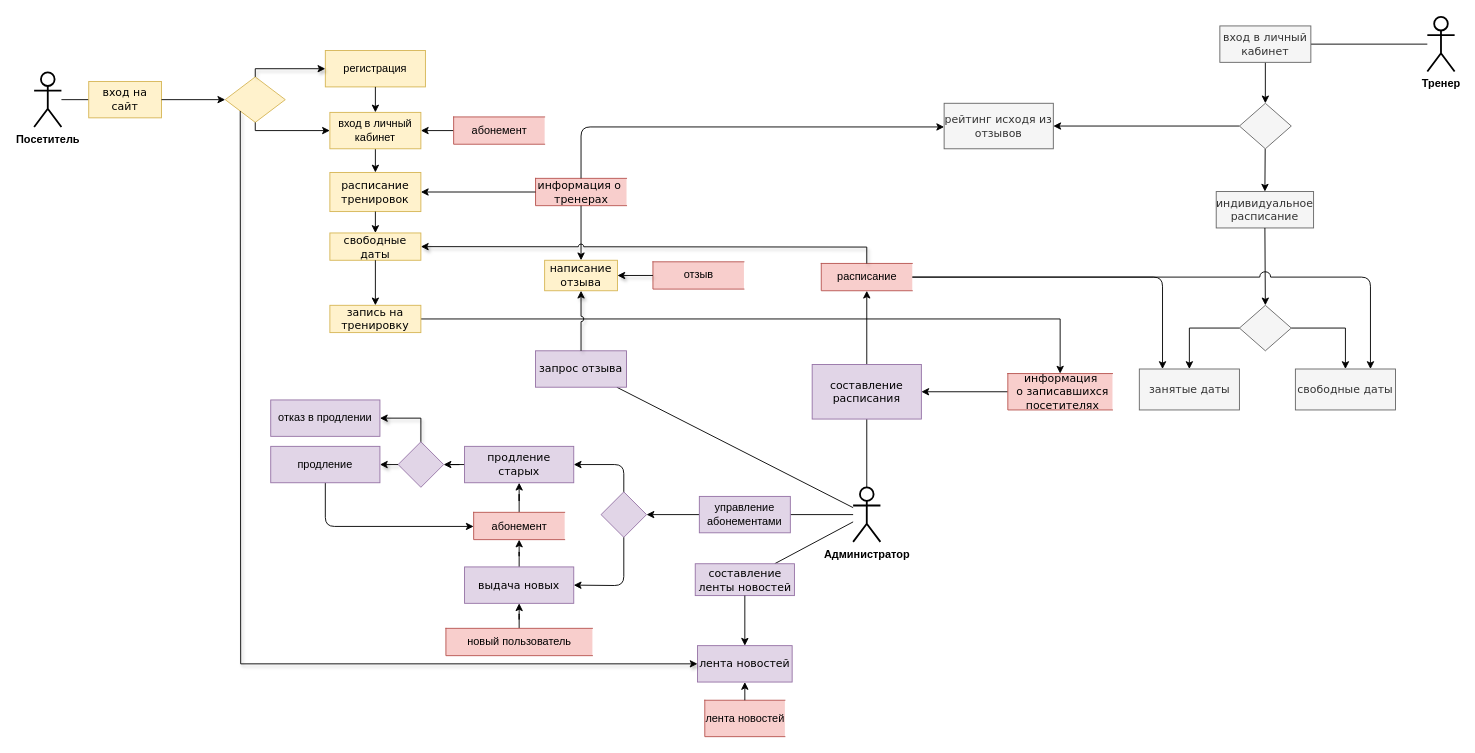
Earlier version of the draw.io diagram диаграмма действий.drawio (yuliapyrikova/-). Source tidied: cells renumbered, new cells numbered last; positions are measured from the earlier drawing's top-left corner, leaving out a move shared by most shapes. Both pictures are drawn from the tidied source at 91%, with x=0, y=0 at pixel (34, 16).
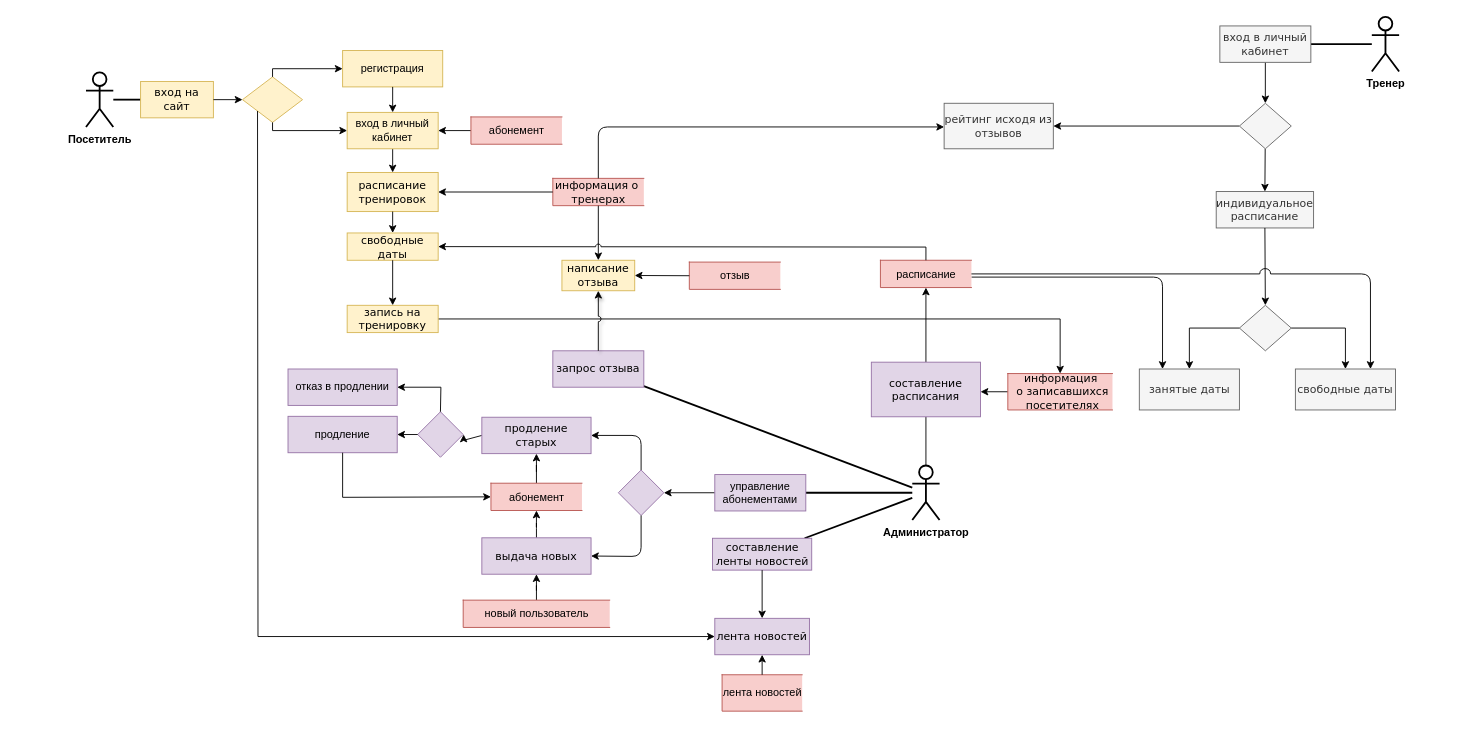
Above is the later version.

The change refers to these unchanged cells:
```xml
<mxCell id="12" value="&lt;font face=&quot;Verdana&quot;&gt;вход в личный кабинет&lt;/font&gt;" style="rounded=0;whiteSpace=wrap;html=1;hachureGap=4;strokeWidth=1;fillColor=#f5f5f5;strokeColor=#666666;fontColor=#333333;" parent="1" vertex="1">
  <mxGeometry x="1303" y="10" width="100" height="40" as="geometry" />
</mxCell>
<mxCell id="45" value="&lt;font face=&quot;Verdana&quot;&gt;рейтинг исходя из отзывов&lt;/font&gt;" style="rounded=0;whiteSpace=wrap;html=1;strokeWidth=1;fillColor=#f5f5f5;strokeColor=#666666;fontColor=#333333;" parent="1" vertex="1">
  <mxGeometry x="1000" y="95" width="120" height="50" as="geometry" />
</mxCell>
```

What changed in the source:
```diff
@@
-    <mxCell id="2" style="endArrow=none;html=1;strokeWidth=1;endFill=0;" parent="1" edge="1" source="9" target="49">
+    <mxCell id="2" style="endArrow=none;html=1;strokeWidth=2;endFill=0;" parent="1" edge="1" source="9" target="49">
       <mxGeometry relative="1" as="geometry" />
     </mxCell>
-    <mxCell id="3" style="endArrow=none;html=1;strokeWidth=1;endFill=0;" parent="1" edge="1" source="9" target="48">
+    <mxCell id="3" style="endArrow=none;html=1;strokeWidth=2;endFill=0;" parent="1" edge="1" source="9" target="48">
       <mxGeometry relative="1" as="geometry" />
     </mxCell>
@@
-    <mxCell id="5" style="endArrow=none;html=1;endFill=0;" parent="1" edge="1" source="7" target="8">
+    <mxCell id="5" style="endArrow=none;html=1;endFill=0;strokeWidth=2;" parent="1" edge="1" source="7" target="8">
       <mxGeometry relative="1" as="geometry" />
     </mxCell>
-    <mxCell id="6" style="endArrow=none;html=1;fontSize=12;endFill=0;" parent="1" edge="1" source="10" target="12">
+    <mxCell id="6" style="endArrow=none;html=1;fontSize=12;endFill=0;strokeWidth=2;" parent="1" edge="1" source="10" target="12">
       <mxGeometry relative="1" as="geometry" />
     </mxCell>
     <mxCell id="7" value="&lt;b&gt;Посетитель&lt;/b&gt;" style="shape=umlActor;verticalLabelPosition=bottom;verticalAlign=top;html=1;outlineConnect=0;hachureGap=4;strokeWidth=2;" parent="1" vertex="1">
-      <mxGeometry y="61" width="30" height="60" as="geometry" />
+      <mxGeometry x="57" y="61" width="30" height="60" as="geometry" />
     </mxCell>
     <mxCell id="8" value="&lt;font style=&quot;font-size: 12px&quot; face=&quot;Verdana&quot;&gt;вход на сайт&lt;/font&gt;" style="rounded=0;whiteSpace=wrap;html=1;hachureGap=4;strokeWidth=1;fillColor=#fff2cc;strokeColor=#d6b656;" parent="1" vertex="1">
-      <mxGeometry x="60" y="71" width="80" height="40" as="geometry" />
+      <mxGeometry x="117" y="71" width="80" height="40" as="geometry" />
     </mxCell>
     <mxCell id="9" value="&lt;b&gt;Администратор&lt;/b&gt;" style="shape=umlActor;verticalLabelPosition=bottom;verticalAlign=top;html=1;outlineConnect=0;fontSize=12;strokeWidth=2;" parent="1" vertex="1">
-      <mxGeometry x="900" y="517" width="30" height="60" as="geometry" />
+      <mxGeometry x="965" y="493" width="30" height="60" as="geometry" />
     </mxCell>
     <mxCell id="10" value="&lt;b&gt;Тренер&lt;/b&gt;" style="shape=umlActor;verticalLabelPosition=bottom;verticalAlign=top;html=1;outlineConnect=0;fontSize=12;strokeWidth=2;" parent="1" vertex="1">
-      <mxGeometry x="1531" width="30" height="60" as="geometry" />
+      <mxGeometry x="1470" width="30" height="60" as="geometry" />
     </mxCell>
@@
     <mxCell id="13" value="&lt;font face=&quot;Verdana&quot;&gt;расписание тренировок&lt;/font&gt;" style="whiteSpace=wrap;html=1;rounded=0;strokeWidth=1;hachureGap=4;fillColor=#fff2cc;strokeColor=#d6b656;" parent="1" vertex="1">
-      <mxGeometry x="325" y="171" width="100" height="43" as="geometry" />
+      <mxGeometry x="344" y="171" width="100" height="43" as="geometry" />
     </mxCell>
     <mxCell id="14" value="&lt;font face=&quot;Verdana&quot;&gt;свободные даты&lt;/font&gt;" style="whiteSpace=wrap;html=1;rounded=0;strokeWidth=1;hachureGap=4;fillColor=#fff2cc;strokeColor=#d6b656;" parent="1" vertex="1">
-      <mxGeometry x="325" y="237.5" width="100" height="30" as="geometry" />
+      <mxGeometry x="344" y="237.5" width="100" height="30" as="geometry" />
     </mxCell>
@@
     <mxCell id="16" value="&lt;font face=&quot;Verdana&quot;&gt;информация о&amp;nbsp;&lt;br&gt;тренерах&lt;/font&gt;" style="html=1;dashed=0;whitespace=wrap;shape=partialRectangle;right=0;fontSize=12;strokeWidth=1;fillColor=#f8cecc;strokeColor=#b85450;" parent="1" vertex="1">
-      <mxGeometry x="551" y="177.5" width="100" height="30" as="geometry" />
+      <mxGeometry x="570" y="177.5" width="100" height="30" as="geometry" />
     </mxCell>
@@
     <mxCell id="21" value="&lt;font face=&quot;Verdana&quot;&gt;запись на тренировку&lt;/font&gt;" style="whiteSpace=wrap;html=1;rounded=0;strokeWidth=1;hachureGap=4;fillColor=#fff2cc;strokeColor=#d6b656;" parent="1" vertex="1">
-      <mxGeometry x="325" y="317" width="100" height="30" as="geometry" />
+      <mxGeometry x="344" y="317" width="100" height="30" as="geometry" />
     </mxCell>
@@
     <mxCell id="30" style="rhombus;whiteSpace=wrap;html=1;strokeWidth=1;fillColor=#e1d5e7;strokeColor=#9673a6;" parent="1" vertex="1">
-      <mxGeometry x="623" y="522" width="50" height="50" as="geometry" />
+      <mxGeometry x="642" y="498" width="50" height="50" as="geometry" />
     </mxCell>
@@
-    <mxCell id="32" style="endArrow=none;html=1;strokeWidth=1;endFill=0;" parent="1" edge="1" source="9" target="33">
+    <mxCell id="32" style="endArrow=none;html=1;strokeWidth=2;endFill=0;" parent="1" edge="1" source="9" target="33">
       <mxGeometry relative="1" as="geometry" />
     </mxCell>
     <mxCell id="33" value="управление абонементами" style="rounded=0;whiteSpace=wrap;html=1;fillColor=#e1d5e7;strokeColor=#9673a6;" parent="1" vertex="1">
-      <mxGeometry x="731" y="527" width="100" height="40" as="geometry" />
+      <mxGeometry x="748" y="503" width="100" height="40" as="geometry" />
     </mxCell>
@@
     <mxCell id="35" value="&lt;font style=&quot;font-size: 12px&quot; face=&quot;Verdana&quot;&gt;продление старых&lt;/font&gt;" style="rounded=0;whiteSpace=wrap;html=1;strokeWidth=1;fillColor=#e1d5e7;strokeColor=#9673a6;" parent="1" vertex="1">
-      <mxGeometry x="473" y="472" width="120" height="40" as="geometry" />
+      <mxGeometry x="492" y="440" width="120" height="40" as="geometry" />
     </mxCell>
@@
     <mxCell id="38" value="&lt;font face=&quot;Verdana&quot;&gt;выдача новых&lt;/font&gt;" style="rounded=0;whiteSpace=wrap;html=1;strokeWidth=1;fillColor=#e1d5e7;strokeColor=#9673a6;" parent="1" vertex="1">
-      <mxGeometry x="473" y="604.5" width="120" height="40" as="geometry" />
+      <mxGeometry x="492" y="572.5" width="120" height="40" as="geometry" />
     </mxCell>
     <mxCell id="39" style="endArrow=classic;html=1;strokeWidth=1;exitX=0.5;exitY=0;exitDx=0;exitDy=0;entryX=1;entryY=0.5;entryDx=0;entryDy=0;" parent="1" edge="1" source="30" target="35">
       <mxGeometry relative="1" as="geometry">
         <Array as="points">
-          <mxPoint x="648" y="492" />
+          <mxPoint x="667" y="460" />
         </Array>
       </mxGeometry>
     </mxCell>
     <mxCell id="40" style="endArrow=classic;html=1;strokeWidth=1;exitX=0.5;exitY=1;exitDx=0;exitDy=0;entryX=1;entryY=0.5;entryDx=0;entryDy=0;" parent="1" edge="1" source="30" target="38">
       <mxGeometry relative="1" as="geometry">
         <Array as="points">
-          <mxPoint x="648" y="625" />
+          <mxPoint x="667" y="593" />
         </Array>
       </mxGeometry>
     </mxCell>
@@
     <mxCell id="42" value="&lt;font face=&quot;Verdana&quot;&gt;составление расписания&lt;/font&gt;" style="rounded=0;whiteSpace=wrap;html=1;strokeWidth=1;fillColor=#e1d5e7;strokeColor=#9673a6;" parent="1" vertex="1">
-      <mxGeometry x="855" y="382" width="120" height="60" as="geometry" />
+      <mxGeometry x="920" y="379.5" width="120" height="60" as="geometry" />
     </mxCell>
     <mxCell id="43" value="&lt;font face=&quot;Verdana&quot;&gt;написание отзыва&lt;/font&gt;" style="whiteSpace=wrap;html=1;dashed=0;strokeWidth=1;fillColor=#fff2cc;strokeColor=#d6b656;" parent="1" vertex="1">
-      <mxGeometry x="561" y="267.5" width="80" height="33.5" as="geometry" />
+      <mxGeometry x="580" y="267.5" width="80" height="33.5" as="geometry" />
     </mxCell>
@@
     <mxCell id="47" style="endArrow=classic;html=1;strokeWidth=1;exitX=0.5;exitY=0;exitDx=0;exitDy=0;jumpStyle=arc;edgeStyle=orthogonalEdgeStyle;" parent="1" edge="1" source="16" target="45">
       <mxGeometry relative="1" as="geometry">
         <Array as="points">
-          <mxPoint x="601" y="121" />
+          <mxPoint x="620" y="121" />
         </Array>
       </mxGeometry>
     </mxCell>
     <mxCell id="48" value="&lt;font face=&quot;Verdana&quot;&gt;составление ленты новостей&lt;/font&gt;" style="rounded=0;whiteSpace=wrap;html=1;strokeWidth=1;fillColor=#e1d5e7;strokeColor=#9673a6;" parent="1" vertex="1">
-      <mxGeometry x="726.5" y="601" width="109" height="35" as="geometry" />
+      <mxGeometry x="745.5" y="573" width="109" height="35" as="geometry" />
     </mxCell>
     <mxCell id="49" value="&lt;font face=&quot;Verdana&quot;&gt;запрос отзыва&lt;/font&gt;" style="rounded=0;whiteSpace=wrap;html=1;strokeWidth=1;fillColor=#e1d5e7;strokeColor=#9673a6;" parent="1" vertex="1">
-      <mxGeometry x="551" y="367" width="100" height="40" as="geometry" />
+      <mxGeometry x="570" y="367" width="100" height="40" as="geometry" />
     </mxCell>
@@
     <mxCell id="51" value="лента новостей" style="html=1;dashed=0;whitespace=wrap;shape=partialRectangle;right=0;fontSize=12;strokeWidth=1;fillColor=#f8cecc;strokeColor=#b85450;" parent="1" vertex="1">
-      <mxGeometry x="737" y="751" width="88" height="40" as="geometry" />
+      <mxGeometry x="756" y="723" width="88" height="40" as="geometry" />
     </mxCell>
@@
     <mxCell id="53" value="расписание" style="html=1;dashed=0;whitespace=wrap;shape=partialRectangle;right=0;fillColor=#f8cecc;strokeColor=#b85450;" parent="1" vertex="1">
-      <mxGeometry x="865" y="271" width="100" height="30" as="geometry" />
+      <mxGeometry x="930" y="267.5" width="100" height="30" as="geometry" />
     </mxCell>
     <mxCell id="54" value="отзыв" style="html=1;dashed=0;whitespace=wrap;shape=partialRectangle;right=0;fillColor=#f8cecc;strokeColor=#b85450;" parent="1" vertex="1">
-      <mxGeometry x="680" y="269.2" width="100" height="30" as="geometry" />
+      <mxGeometry x="720" y="269.5" width="100" height="30" as="geometry" />
     </mxCell>
     <mxCell id="55" value="абонемент" style="html=1;dashed=0;whitespace=wrap;shape=partialRectangle;right=0;fillColor=#f8cecc;strokeColor=#b85450;" parent="1" vertex="1">
-      <mxGeometry x="483" y="544.5" width="100" height="30" as="geometry" />
+      <mxGeometry x="502" y="512.5" width="100" height="30" as="geometry" />
     </mxCell>
     <mxCell id="56" style="rhombus;whiteSpace=wrap;html=1;fillColor=#fff2cc;strokeColor=#d6b656;" parent="1" vertex="1">
-      <mxGeometry x="210" y="66" width="66" height="50" as="geometry" />
+      <mxGeometry x="229" y="66" width="66" height="50" as="geometry" />
     </mxCell>
     <mxCell id="57" value="регистрация" style="rounded=0;whiteSpace=wrap;html=1;hachureGap=4;strokeWidth=1;fillColor=#fff2cc;strokeColor=#d6b656;" parent="1" vertex="1">
-      <mxGeometry x="320" y="37" width="110" height="40" as="geometry" />
+      <mxGeometry x="339" y="37" width="110" height="40" as="geometry" />
     </mxCell>
@@
     <mxCell id="62" value="абонемент" style="html=1;dashed=0;whitespace=wrap;shape=partialRectangle;right=0;fontSize=12;strokeWidth=1;fillColor=#f8cecc;strokeColor=#b85450;" parent="1" vertex="1">
-      <mxGeometry x="461" y="110" width="100" height="30" as="geometry" />
+      <mxGeometry x="480" y="110" width="100" height="30" as="geometry" />
     </mxCell>
@@
     <mxCell id="64" value="новый пользователь" style="html=1;dashed=0;whitespace=wrap;shape=partialRectangle;right=0;fontSize=12;strokeWidth=1;fillColor=#f8cecc;strokeColor=#b85450;" parent="1" vertex="1">
-      <mxGeometry x="452.5" y="672" width="161" height="30" as="geometry" />
+      <mxGeometry x="471.5" y="641" width="161" height="30" as="geometry" />
     </mxCell>
     <mxCell id="65" style="rhombus;whiteSpace=wrap;html=1;strokeWidth=1;fillColor=#e1d5e7;strokeColor=#9673a6;" parent="1" vertex="1">
-      <mxGeometry x="400" y="467" width="50" height="50" as="geometry" />
+      <mxGeometry x="421.5" y="434" width="50" height="50" as="geometry" />
     </mxCell>
-    <mxCell id="66" style="edgeStyle=orthogonalEdgeStyle;rounded=1;jumpStyle=arc;jumpSize=12;jettySize=auto;html=1;exitX=0.5;exitY=1;exitDx=0;exitDy=0;" parent="1" edge="1" source="67" target="55">
-      <mxGeometry relative="1" as="geometry">
-        <Array as="points">
-          <mxPoint x="320" y="560" />
-        </Array>
-      </mxGeometry>
-    </mxCell>
     <mxCell id="67" value="продление" style="rounded=0;whiteSpace=wrap;html=1;strokeWidth=1;fillColor=#e1d5e7;strokeColor=#9673a6;" parent="1" vertex="1">
-      <mxGeometry x="260" y="472" width="120" height="40" as="geometry" />
+      <mxGeometry x="279" y="439" width="120" height="40" as="geometry" />
     </mxCell>
     <mxCell id="68" value="отказ в продлении" style="rounded=0;whiteSpace=wrap;html=1;strokeWidth=1;fillColor=#e1d5e7;strokeColor=#9673a6;" parent="1" vertex="1">
-      <mxGeometry x="260" y="421" width="120" height="40" as="geometry" />
+      <mxGeometry x="279" y="387" width="120" height="40" as="geometry" />
     </mxCell>
@@
     <mxCell id="70" value="вход в личный кабинет" style="rounded=0;whiteSpace=wrap;html=1;hachureGap=4;strokeWidth=1;fillColor=#fff2cc;strokeColor=#d6b656;" parent="1" vertex="1">
-      <mxGeometry x="325" y="105" width="100" height="40" as="geometry" />
+      <mxGeometry x="344" y="105" width="100" height="40" as="geometry" />
     </mxCell>
@@
     <mxCell id="72" style="endArrow=classic;html=1;rounded=0;exitX=0.5;exitY=1;exitDx=0;exitDy=0;entryX=0;entryY=0.5;entryDx=0;entryDy=0;" parent="1" edge="1" source="56" target="70">
       <mxGeometry relative="1" as="geometry">
         <Array as="points">
-          <mxPoint x="243" y="125" />
+          <mxPoint x="262" y="125" />
         </Array>
       </mxGeometry>
     </mxCell>
     <mxCell id="73" value="&lt;font face=&quot;Verdana&quot;&gt;лента новостей&lt;/font&gt;" style="rounded=0;whiteSpace=wrap;html=1;strokeWidth=1;fillColor=#e1d5e7;strokeColor=#9673a6;" parent="1" vertex="1">
-      <mxGeometry x="729" y="691" width="104" height="40" as="geometry" />
+      <mxGeometry x="748" y="661" width="104" height="40" as="geometry" />
     </mxCell>
@@
-    <mxCell id="77" style="endArrow=classic;html=1;rounded=0;exitX=0.5;exitY=0;exitDx=0;exitDy=0;entryX=1;entryY=0.5;entryDx=0;entryDy=0;shadow=1;jumpStyle=arc;" parent="1" edge="1" source="53" target="14">
+    <mxCell id="77" style="endArrow=classic;html=1;rounded=0;exitX=0.5;exitY=0;exitDx=0;exitDy=0;entryX=1;entryY=0.5;entryDx=0;entryDy=0;shadow=0;jumpStyle=arc;" parent="1" edge="1" source="53" target="14">
       <mxGeometry relative="1" as="geometry">
         <Array as="points">
-          <mxPoint x="915" y="253" />
+          <mxPoint x="980" y="253" />
         </Array>
       </mxGeometry>
     </mxCell>
-    <mxCell id="78" style="endArrow=classic;html=1;rounded=0;shadow=1;jumpStyle=arc;exitX=0.5;exitY=0;exitDx=0;exitDy=0;entryX=1;entryY=0.5;entryDx=0;entryDy=0;" parent="1" edge="1" source="65" target="68">
+    <mxCell id="78" style="endArrow=classic;html=1;rounded=0;shadow=0;jumpStyle=arc;exitX=0.5;exitY=0;exitDx=0;exitDy=0;entryX=1;entryY=0.5;entryDx=0;entryDy=0;" parent="1" edge="1" source="65" target="68">
       <mxGeometry relative="1" as="geometry">
         <Array as="points">
-          <mxPoint x="425" y="441" />
+          <mxPoint x="447" y="407" />
         </Array>
       </mxGeometry>
     </mxCell>
-    <mxCell id="79" style="endArrow=classic;html=1;rounded=0;shadow=1;jumpStyle=arc;exitX=0;exitY=1;exitDx=0;exitDy=0;entryX=0;entryY=0.5;entryDx=0;entryDy=0;" parent="1" edge="1" source="56" target="73">
+    <mxCell id="79" style="endArrow=classic;html=1;rounded=0;shadow=0;jumpStyle=arc;exitX=0;exitY=1;exitDx=0;exitDy=0;entryX=0;entryY=0.5;entryDx=0;entryDy=0;" parent="1" edge="1" source="56" target="73">
       <mxGeometry relative="1" as="geometry">
         <Array as="points">
-          <mxPoint x="227" y="711" />
+          <mxPoint x="246" y="681" />
         </Array>
       </mxGeometry>
     </mxCell>
-    <mxCell id="80" style="endArrow=classic;html=1;rounded=0;shadow=1;jumpStyle=arc;entryX=1;entryY=0.5;entryDx=0;entryDy=0;exitX=0;exitY=0.5;exitDx=0;exitDy=0;" parent="1" edge="1" source="65" target="67">
+    <mxCell id="80" style="endArrow=classic;html=1;rounded=0;shadow=0;jumpStyle=arc;entryX=1;entryY=0.5;entryDx=0;entryDy=0;exitX=0;exitY=0.5;exitDx=0;exitDy=0;" parent="1" edge="1" source="65" target="67">
       <mxGeometry relative="1" as="geometry" />
     </mxCell>
@@
-    <mxCell id="82" style="endArrow=classic;html=1;rounded=0;shadow=1;jumpStyle=arc;exitX=0;exitY=0.5;exitDx=0;exitDy=0;entryX=1;entryY=0.5;entryDx=0;entryDy=0;" parent="1" edge="1" source="54" target="43">
+    <mxCell id="82" style="endArrow=classic;html=1;rounded=0;shadow=0;jumpStyle=arc;exitX=0;exitY=0.5;exitDx=0;exitDy=0;entryX=1;entryY=0.5;entryDx=0;entryDy=0;" parent="1" edge="1" source="54" target="43">
       <mxGeometry relative="1" as="geometry" />
     </mxCell>
-    <mxCell id="83" style="endArrow=classic;html=1;rounded=0;shadow=1;jumpStyle=arc;exitX=0.5;exitY=0;exitDx=0;exitDy=0;entryX=0;entryY=0.5;entryDx=0;entryDy=0;" parent="1" edge="1" source="56" target="57">
+    <mxCell id="83" style="endArrow=classic;html=1;rounded=0;shadow=0;jumpStyle=arc;exitX=0.5;exitY=0;exitDx=0;exitDy=0;entryX=0;entryY=0.5;entryDx=0;entryDy=0;" parent="1" edge="1" source="56" target="57">
       <mxGeometry relative="1" as="geometry">
         <Array as="points">
-          <mxPoint x="243" y="57" />
+          <mxPoint x="262" y="57" />
         </Array>
       </mxGeometry>
     </mxCell>
+    <mxCell id="66" style="endArrow=classic;html=1;rounded=0;strokeWidth=1;entryX=0;entryY=0.5;entryDx=0;entryDy=0;exitX=0.5;exitY=1;exitDx=0;exitDy=0;" parent="1" edge="1" source="67" target="55">
+      <mxGeometry relative="1" as="geometry">
+        <Array as="points">
+          <mxPoint x="339" y="528" />
+        </Array>
+      </mxGeometry>
+    </mxCell>
```
